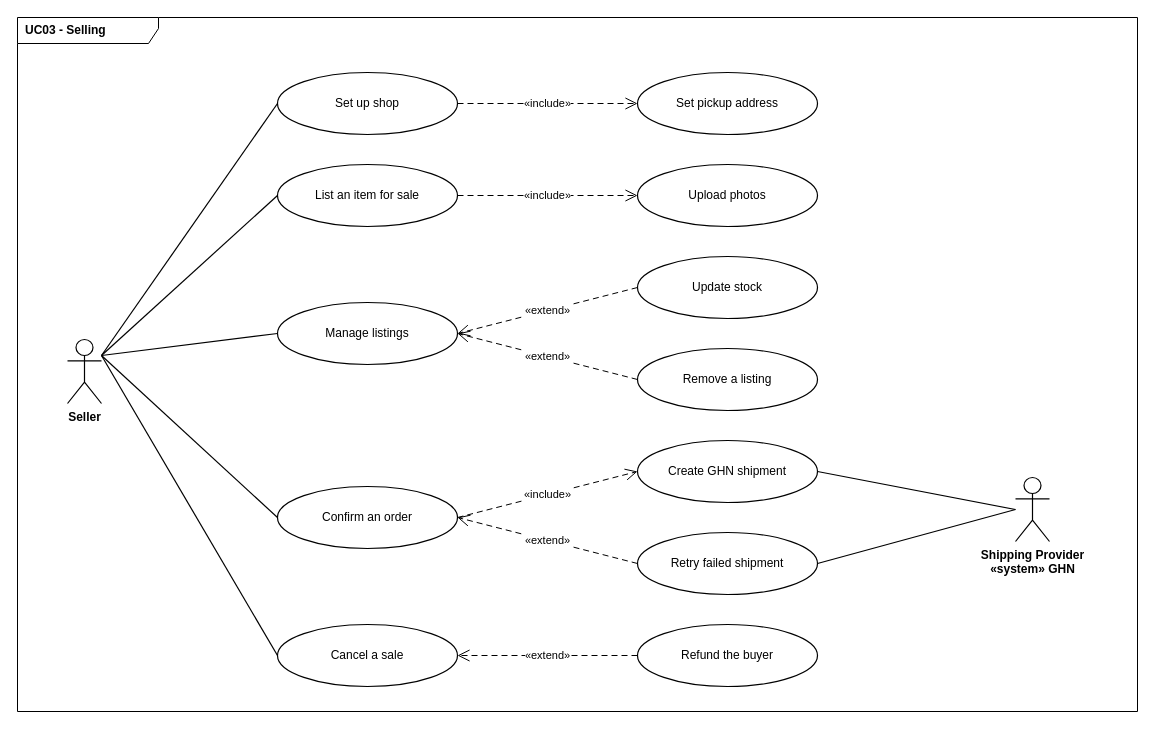
Above: page "UC03 - Selling" (4 of 7) of docs/system-design/drawio/05-use-case-diagram.drawio in tdat-dev/Zoldify_Backend (draw.io), before the change. Source tidied: cells renumbered, new cells numbered last; positions are measured from the earlier drawing's top-left corner, leaving out a move shared by most shapes. Both pictures are drawn from the tidied source at 100%, with x=0, y=0 at pixel (17, 17).
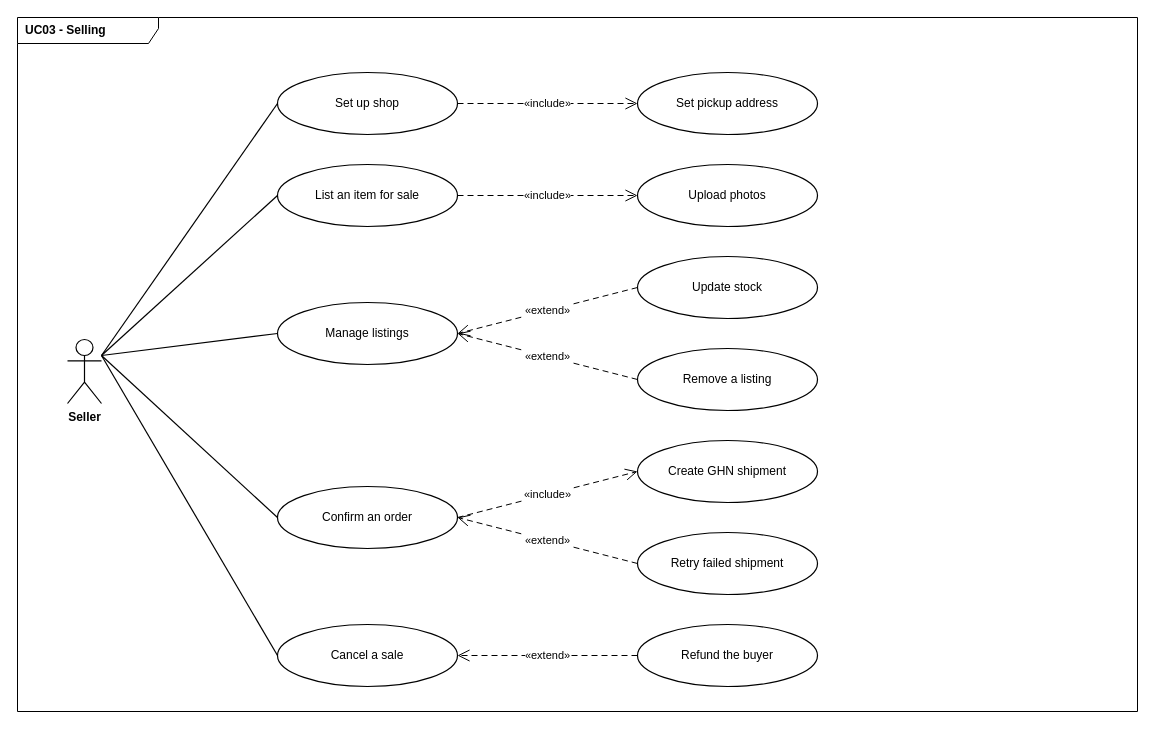
Above is the later version.

Commit message (it also covers changes not shown here):
docs(system-design): chỉnh tay của nhóm trên use case, class và sequence

Sửa trực tiếp trong draw.io: bỏ actor hệ thống (GHN, PayOS, FCM) và khung
hệ thống ở các trang use case, bỏ tiêu đề khung Domain Model, bỏ các ghi
chú trên trang sequence.

Lưu ý: chạy lại drawio-class/sequence/usecase.mjs sẽ đè mất các chỉnh tay
này vì nguồn spec chưa đổi theo.

Unchanged cells that the change refers to:
```xml
<mxCell id="20" value="Create GHN shipment" style="ellipse;whiteSpace=wrap;html=1;fontSize=12;fillColor=#FFFFFF;strokeColor=#000000;strokeWidth=1.2;spacing=8;fontFamily=Helvetica;fontColor=#000000;" parent="1" vertex="1">
  <mxGeometry x="620" y="423" width="180" height="62" as="geometry" />
</mxCell>
<mxCell id="22" value="Retry failed shipment" style="ellipse;whiteSpace=wrap;html=1;fontSize=12;fillColor=#FFFFFF;strokeColor=#000000;strokeWidth=1.2;spacing=8;fontFamily=Helvetica;fontColor=#000000;" parent="1" vertex="1">
  <mxGeometry x="620" y="515" width="180" height="62" as="geometry" />
</mxCell>
```

Diff of the diagram source:
```diff
@@
-    <mxCell id="28" value="Shipping Provider&lt;br&gt;«system» GHN" style="shape=umlActor;verticalLabelPosition=bottom;verticalAlign=top;html=1;outlineConnect=0;fontSize=12;fontStyle=1;fillColor=#FFFFFF;strokeColor=#000000;strokeWidth=1.2;fontFamily=Helvetica;fontColor=#000000;" parent="1" vertex="1">
-      <mxGeometry x="998" y="460" width="34" height="64" as="geometry" />
-    </mxCell>
-    <mxCell id="29" style="edgeStyle=none;html=1;rounded=0;endArrow=none;strokeColor=#000000;strokeWidth=1.2;exitX=1;exitY=0.5;exitDx=0;exitDy=0;exitPerimeter=0;entryX=0;entryY=0.5;entryDx=0;entryDy=0;entryPerimeter=0;" parent="1" edge="1" source="20" target="28">
-      <mxGeometry relative="1" as="geometry" />
-    </mxCell>
-    <mxCell id="30" style="edgeStyle=none;html=1;rounded=0;endArrow=none;strokeColor=#000000;strokeWidth=1.2;exitX=1;exitY=0.5;exitDx=0;exitDy=0;exitPerimeter=0;entryX=0;entryY=0.5;entryDx=0;entryDy=0;entryPerimeter=0;" parent="1" edge="1" source="22" target="28">
-      <mxGeometry relative="1" as="geometry" />
-    </mxCell>
```
